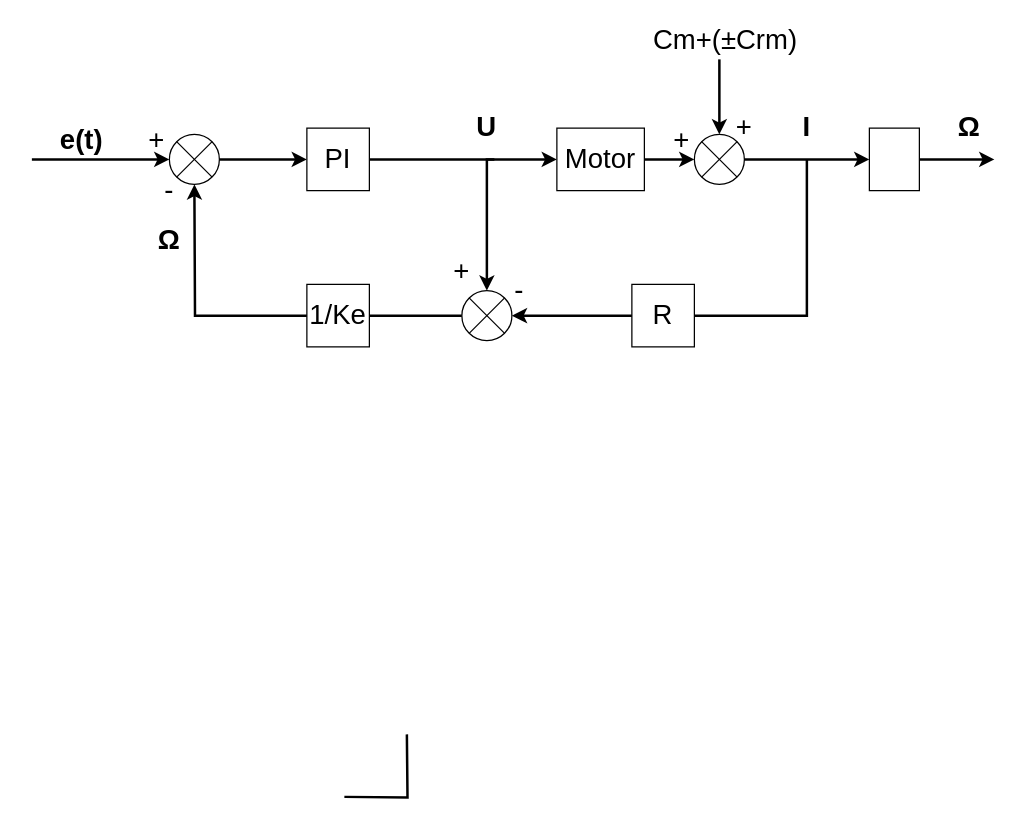
Before: page "Page-5" (5 of 5) of add_annotation.drawio in LonelVino/CDN, a draw.io diagram. Source tidied: cells renumbered, new cells numbered last; positions are measured from the earlier drawing's top-left corner, leaving out a move shared by most shapes. Both pictures are drawn from the tidied source at 125%, with x=0, y=0 at pixel (31, 21).
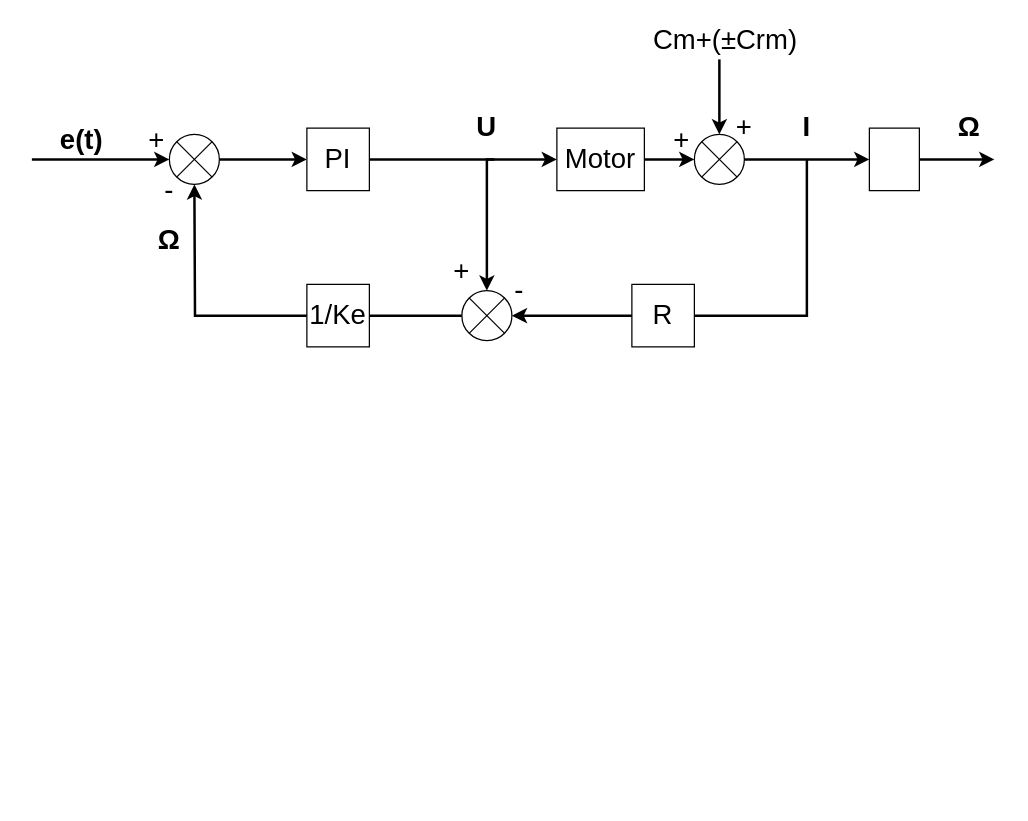
Above is the later version.

What changed in the source:
```diff
@@
-    <mxCell id="28" style="endArrow=none;html=1;rounded=0;fontSize=22;fontColor=#000000;strokeWidth=2;edgeStyle=orthogonalEdgeStyle;" parent="1" edge="1">
-      <mxGeometry relative="1" as="geometry">
-        <mxPoint x="250" y="620" as="sourcePoint" />
-        <mxPoint x="300" y="570" as="targetPoint" />
-      </mxGeometry>
-    </mxCell>
```
